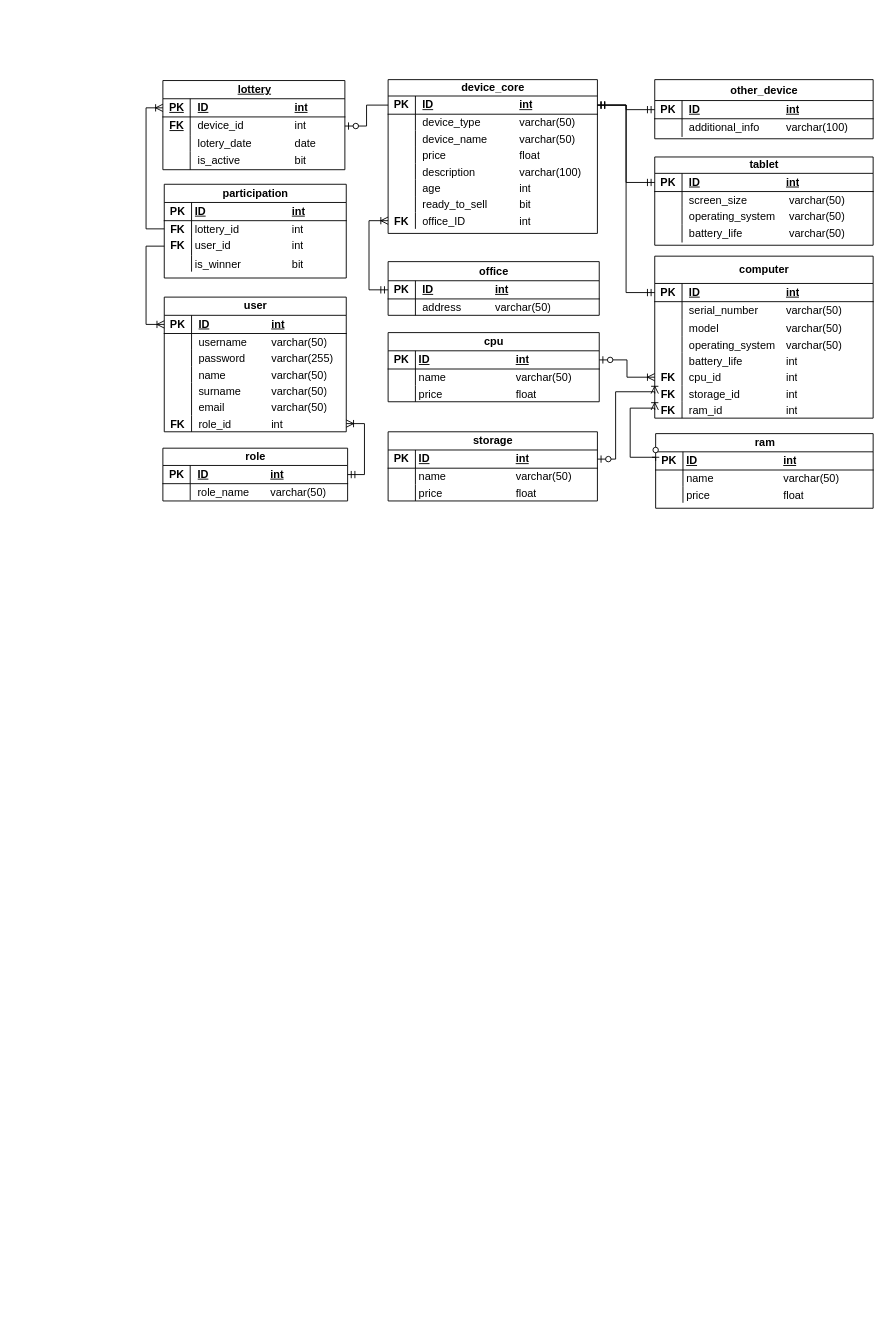
The draw.io diagram Diagrams/ER_Diagramv2.drawio in Maurycjo/Praca-dyplomowa, before the edit. Source tidied: cells renumbered, new cells numbered last; positions are measured from the earlier drawing's top-left corner, leaving out a move shared by most shapes. Both pictures are drawn from the tidied source at 91%, with x=0, y=0 at pixel (15, 79).
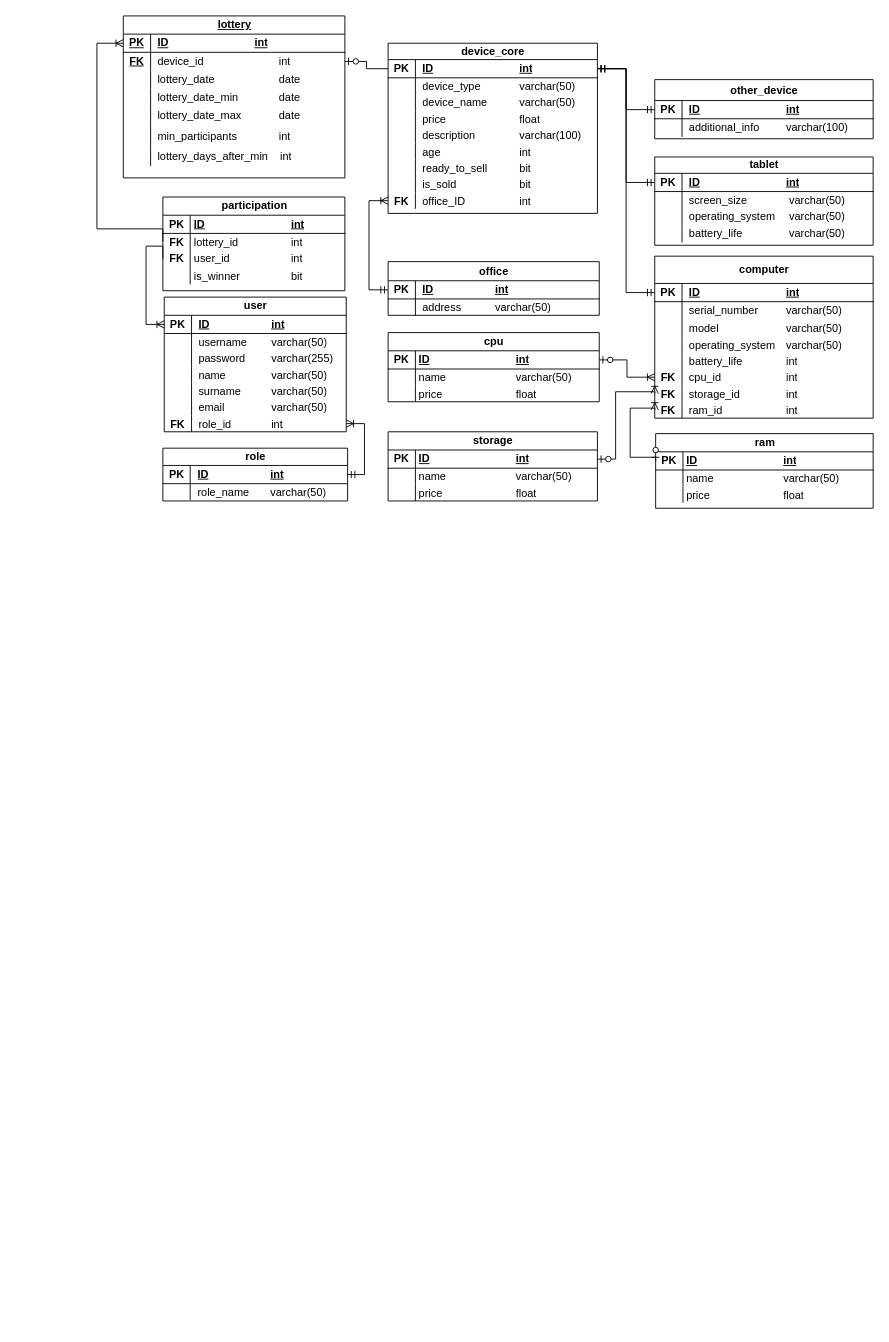
Above is the later version.

Unchanged cells that the change refers to:
```xml
<mxCell id="56" style="shape=tableRow;horizontal=0;startSize=0;swimlaneHead=0;swimlaneBody=0;fillColor=none;points=[[0,0.5],[1,0.5]];portConstraint=eastwest;top=0;left=0;right=0;bottom=1;" parent="55" vertex="1">
  <mxGeometry y="21" width="232" height="20" as="geometry" />
</mxCell>
<mxCell id="160" style="shape=tableRow;horizontal=0;startSize=0;swimlaneHead=0;swimlaneBody=0;fillColor=none;points=[[0,0.5],[1,0.5]];portConstraint=eastwest;top=0;left=0;right=0;bottom=0;" parent="156" vertex="1">
  <mxGeometry y="40" width="200" height="18" as="geometry" />
</mxCell>
```

Change to the diagram source:
```diff
@@
     <mxCell id="2" value="device_core" style="shape=table;startSize=18;childLayout=tableLayout;rowLines=0;fontStyle=1;align=center;html=1;" parent="1" vertex="1">
-      <mxGeometry x="409" width="230" height="169" as="geometry" />
+      <mxGeometry x="409" y="-40" width="230" height="187" as="geometry" />
     </mxCell>
@@
+    <mxCell id="177" style="shape=tableRow;horizontal=0;startSize=0;swimlaneHead=0;swimlaneBody=0;fillColor=none;top=0;left=0;right=0;bottom=0;" parent="2" vertex="1">
+      <mxGeometry y="146" width="230" height="18" as="geometry" />
+    </mxCell>
+    <mxCell id="178" style="shape=partialRectangle;fillColor=none;top=0;left=0;bottom=0;right=0;overflow=hidden;whiteSpace=wrap;html=1;" parent="177" vertex="1">
+      <mxGeometry width="30" height="18" as="geometry" />
+    </mxCell>
+    <mxCell id="179" value="is_sold&lt;span style=&quot;white-space: pre;&quot;&gt;&#9;&lt;/span&gt;&lt;span style=&quot;white-space: pre;&quot;&gt;&#9;&lt;span style=&quot;white-space: pre;&quot;&gt;&#9;&lt;/span&gt;&lt;/span&gt;bit" style="shape=partialRectangle;fillColor=none;top=0;left=0;bottom=0;right=0;align=left;spacingLeft=6;overflow=hidden;whiteSpace=wrap;html=1;" parent="177" vertex="1">
+      <mxGeometry x="30" width="200" height="18" as="geometry" />
+    </mxCell>
     <mxCell id="24" style="shape=tableRow;horizontal=0;startSize=0;swimlaneHead=0;swimlaneBody=0;fillColor=none;points=[[0,0.5],[1,0.5]];portConstraint=eastwest;top=0;left=0;right=0;bottom=0;" parent="2" vertex="1">
-      <mxGeometry y="146" width="230" height="18" as="geometry" />
+      <mxGeometry y="164" width="230" height="18" as="geometry" />
     </mxCell>
@@
     <mxCell id="140" value="lottery" style="shape=table;startSize=20;childLayout=tableLayout;rowLines=0;fontStyle=5;align=center;html=1;" parent="1" vertex="1">
-      <mxGeometry x="161.5" y="1" width="200" height="98" as="geometry" />
+      <mxGeometry x="118" y="-70" width="243.5" height="178" as="geometry" />
     </mxCell>
     <mxCell id="141" style="shape=tableRow;horizontal=0;startSize=0;swimlaneHead=0;swimlaneBody=0;fillColor=none;points=[[0,0.5],[1,0.5]];portConstraint=eastwest;top=0;left=0;right=0;bottom=1;fontStyle=4;" parent="140" vertex="1">
-      <mxGeometry y="20" width="200" height="20" as="geometry" />
+      <mxGeometry y="20" width="243.5" height="20" as="geometry" />
     </mxCell>
@@
     <mxCell id="143" value="ID&lt;span style=&quot;white-space: pre;&quot;&gt;&#9;&lt;/span&gt;&lt;span style=&quot;white-space: pre;&quot;&gt;&#9;&lt;/span&gt;&lt;span style=&quot;white-space: pre;&quot;&gt;&#9;&lt;/span&gt;&lt;span style=&quot;white-space: pre;&quot;&gt;&#9;&lt;/span&gt;int" style="shape=partialRectangle;fillColor=none;top=0;left=0;bottom=0;right=0;align=left;spacingLeft=6;fontStyle=5;overflow=hidden;whiteSpace=wrap;html=1;" parent="141" vertex="1">
-      <mxGeometry x="30" width="170" height="20" as="geometry" />
+      <mxGeometry x="30" width="213.5" height="20" as="geometry" />
     </mxCell>
     <mxCell id="144" style="shape=tableRow;horizontal=0;startSize=0;swimlaneHead=0;swimlaneBody=0;fillColor=none;points=[[0,0.5],[1,0.5]];portConstraint=eastwest;top=0;left=0;right=0;bottom=0;fontStyle=4;" parent="140" vertex="1">
-      <mxGeometry y="40" width="200" height="20" as="geometry" />
+      <mxGeometry y="40" width="243.5" height="20" as="geometry" />
     </mxCell>
@@
-    <mxCell id="146" value="device_id&lt;span style=&quot;white-space: pre;&quot;&gt;&#9;&lt;/span&gt;&lt;span style=&quot;white-space: pre;&quot;&gt;&#9;&lt;/span&gt;&lt;span style=&quot;white-space: pre;&quot;&gt;&#9;&lt;/span&gt;int" style="shape=partialRectangle;fillColor=none;top=0;left=0;bottom=0;right=0;align=left;spacingLeft=6;overflow=hidden;whiteSpace=wrap;html=1;fontStyle=0;" parent="144" vertex="1">
-      <mxGeometry x="30" width="170" height="20" as="geometry" />
+    <mxCell id="146" value="device_id&lt;span style=&quot;white-space: pre;&quot;&gt;&#9;&lt;/span&gt;&lt;span style=&quot;white-space: pre;&quot;&gt;&#9;&lt;/span&gt;&lt;span style=&quot;white-space: pre;&quot;&gt;&#9;&lt;span style=&quot;white-space: pre;&quot;&gt;&#9;&lt;/span&gt;&lt;/span&gt;int" style="shape=partialRectangle;fillColor=none;top=0;left=0;bottom=0;right=0;align=left;spacingLeft=6;overflow=hidden;whiteSpace=wrap;html=1;fontStyle=0;" parent="144" vertex="1">
+      <mxGeometry x="30" width="213.5" height="20" as="geometry" />
     </mxCell>
     <mxCell id="147" style="shape=tableRow;horizontal=0;startSize=0;swimlaneHead=0;swimlaneBody=0;fillColor=none;top=0;left=0;right=0;bottom=0;fontStyle=4;" parent="140" vertex="1">
-      <mxGeometry y="60" width="200" height="18" as="geometry" />
+      <mxGeometry y="60" width="243.5" height="20" as="geometry" />
     </mxCell>
     <mxCell id="148" style="shape=partialRectangle;fillColor=none;top=0;left=0;bottom=0;right=0;overflow=hidden;whiteSpace=wrap;html=1;fontStyle=4;" parent="147" vertex="1">
-      <mxGeometry width="30" height="18" as="geometry" />
+      <mxGeometry width="30" height="20" as="geometry" />
     </mxCell>
-    <mxCell id="149" value="lotery_date&lt;span style=&quot;white-space: pre;&quot;&gt;&#9;&lt;/span&gt;&lt;span style=&quot;white-space: pre;&quot;&gt;&#9;&lt;/span&gt;date" style="shape=partialRectangle;fillColor=none;top=0;left=0;bottom=0;right=0;align=left;spacingLeft=6;overflow=hidden;whiteSpace=wrap;html=1;fontStyle=0;" parent="147" vertex="1">
-      <mxGeometry x="30" width="170" height="18" as="geometry" />
+    <mxCell id="149" value="lottery_date&lt;span style=&quot;white-space: pre;&quot;&gt;&#9;&lt;/span&gt;&lt;span style=&quot;white-space: pre;&quot;&gt;&#9;&lt;span style=&quot;white-space: pre;&quot;&gt;&#9;&lt;/span&gt;&lt;/span&gt;date" style="shape=partialRectangle;fillColor=none;top=0;left=0;bottom=0;right=0;align=left;spacingLeft=6;overflow=hidden;whiteSpace=wrap;html=1;fontStyle=0;" parent="147" vertex="1">
+      <mxGeometry x="30" width="213.5" height="20" as="geometry" />
     </mxCell>
-    <mxCell id="150" style="shape=tableRow;horizontal=0;startSize=0;swimlaneHead=0;swimlaneBody=0;fillColor=none;top=0;left=0;right=0;bottom=0;fontStyle=4;" parent="140" vertex="1">
-      <mxGeometry y="78" width="200" height="20" as="geometry" />
-    </mxCell>
-    <mxCell id="151" style="shape=partialRectangle;fillColor=none;top=0;left=0;bottom=0;right=0;overflow=hidden;whiteSpace=wrap;html=1;fontStyle=4;" parent="150" vertex="1">
-      <mxGeometry width="30" height="20" as="geometry" />
-    </mxCell>
-    <mxCell id="152" value="is_active&lt;span style=&quot;white-space: pre;&quot;&gt;&#9;&lt;/span&gt;&lt;span style=&quot;white-space: pre;&quot;&gt;&#9;&lt;/span&gt;&lt;span style=&quot;white-space: pre;&quot;&gt;&#9;&lt;/span&gt;bit" style="shape=partialRectangle;fillColor=none;top=0;left=0;bottom=0;right=0;align=left;spacingLeft=6;overflow=hidden;whiteSpace=wrap;html=1;fontStyle=0;" parent="150" vertex="1">
-      <mxGeometry x="30" width="170" height="20" as="geometry" />
-    </mxCell>
+    <mxCell id="180" style="shape=tableRow;horizontal=0;startSize=0;swimlaneHead=0;swimlaneBody=0;fillColor=none;top=0;left=0;right=0;bottom=0;fontStyle=4;" parent="140" vertex="1">
+      <mxGeometry y="80" width="243.5" height="20" as="geometry" />
+    </mxCell>
+    <mxCell id="181" style="shape=partialRectangle;fillColor=none;top=0;left=0;bottom=0;right=0;overflow=hidden;whiteSpace=wrap;html=1;fontStyle=4;" parent="180" vertex="1">
+      <mxGeometry width="30" height="20" as="geometry" />
+    </mxCell>
+    <mxCell id="182" value="lottery_date_min&lt;span style=&quot;white-space: pre;&quot;&gt;&#9;&lt;/span&gt;&lt;span style=&quot;white-space: pre;&quot;&gt;&#9;&lt;/span&gt;date" style="shape=partialRectangle;fillColor=none;top=0;left=0;bottom=0;right=0;align=left;spacingLeft=6;overflow=hidden;whiteSpace=wrap;html=1;fontStyle=0;" parent="180" vertex="1">
+      <mxGeometry x="30" width="213.5" height="20" as="geometry" />
+    </mxCell>
+    <mxCell id="183" style="shape=tableRow;horizontal=0;startSize=0;swimlaneHead=0;swimlaneBody=0;fillColor=none;top=0;left=0;right=0;bottom=0;fontStyle=4;" parent="140" vertex="1">
+      <mxGeometry y="100" width="243.5" height="20" as="geometry" />
+    </mxCell>
+    <mxCell id="184" style="shape=partialRectangle;fillColor=none;top=0;left=0;bottom=0;right=0;overflow=hidden;whiteSpace=wrap;html=1;fontStyle=4;" parent="183" vertex="1">
+      <mxGeometry width="30" height="20" as="geometry" />
+    </mxCell>
+    <mxCell id="185" value="lottery_date_max&lt;span style=&quot;white-space: pre;&quot;&gt;&#9;&lt;/span&gt;&lt;span style=&quot;white-space: pre;&quot;&gt;&#9;&lt;/span&gt;date" style="shape=partialRectangle;fillColor=none;top=0;left=0;bottom=0;right=0;align=left;spacingLeft=6;overflow=hidden;whiteSpace=wrap;html=1;fontStyle=0;" parent="183" vertex="1">
+      <mxGeometry x="30" width="213.5" height="20" as="geometry" />
+    </mxCell>
+    <mxCell id="186" style="shape=tableRow;horizontal=0;startSize=0;swimlaneHead=0;swimlaneBody=0;fillColor=none;top=0;left=0;right=0;bottom=0;fontStyle=4;" parent="140" vertex="1">
+      <mxGeometry y="120" width="243.5" height="25" as="geometry" />
+    </mxCell>
+    <mxCell id="187" style="shape=partialRectangle;fillColor=none;top=0;left=0;bottom=0;right=0;overflow=hidden;whiteSpace=wrap;html=1;fontStyle=4;" parent="186" vertex="1">
+      <mxGeometry width="30" height="25" as="geometry" />
+    </mxCell>
+    <mxCell id="188" value="min_participants&amp;nbsp; &amp;nbsp; &amp;nbsp;&lt;span style=&quot;white-space: pre;&quot;&gt;&#9;&lt;/span&gt;&amp;nbsp;&lt;span style=&quot;white-space: pre;&quot;&gt;&#9;&lt;/span&gt;int" style="shape=partialRectangle;fillColor=none;top=0;left=0;bottom=0;right=0;align=left;spacingLeft=6;overflow=hidden;whiteSpace=wrap;html=1;fontStyle=0;" parent="186" vertex="1">
+      <mxGeometry x="30" width="213.5" height="25" as="geometry" />
+    </mxCell>
+    <mxCell id="189" style="shape=tableRow;horizontal=0;startSize=0;swimlaneHead=0;swimlaneBody=0;fillColor=none;top=0;left=0;right=0;bottom=0;fontStyle=4;" parent="140" vertex="1">
+      <mxGeometry y="145" width="243.5" height="20" as="geometry" />
+    </mxCell>
+    <mxCell id="190" style="shape=partialRectangle;fillColor=none;top=0;left=0;bottom=0;right=0;overflow=hidden;whiteSpace=wrap;html=1;fontStyle=4;" parent="189" vertex="1">
+      <mxGeometry width="30" height="20" as="geometry" />
+    </mxCell>
+    <mxCell id="191" value="lottery_days_after_min&amp;nbsp; &amp;nbsp; int" style="shape=partialRectangle;fillColor=none;top=0;left=0;bottom=0;right=0;align=left;spacingLeft=6;overflow=hidden;whiteSpace=wrap;html=1;fontStyle=0;" parent="189" vertex="1">
+      <mxGeometry x="30" width="213.5" height="20" as="geometry" />
+    </mxCell>
@@
     <mxCell id="156" value="participation" style="shape=table;startSize=20;childLayout=tableLayout;rowLines=0;fontStyle=1;align=center;html=1;" parent="1" vertex="1">
-      <mxGeometry x="163" y="115" width="200" height="103" as="geometry" />
+      <mxGeometry x="161.5" y="129" width="200" height="103" as="geometry" />
     </mxCell>
@@
     <mxCell id="170" style="fontSize=12;html=1;endArrow=ERoneToMany;rounded=0;exitX=0;exitY=0.5;exitDx=0;exitDy=0;entryX=0;entryY=0.5;entryDx=0;entryDy=0;edgeStyle=orthogonalEdgeStyle;" parent="1" edge="1" source="160" target="141">
       <mxGeometry relative="1" as="geometry">
         <Array as="points">
-          <mxPoint x="143" y="164" />
-          <mxPoint x="143" y="31" />
+          <mxPoint x="161" y="164" />
+          <mxPoint x="89" y="164" />
+          <mxPoint x="89" y="-40" />
         </Array>
       </mxGeometry>
     </mxCell>
     <mxCell id="171" style="fontSize=12;html=1;endArrow=ERoneToMany;startArrow=ERmandOne;rounded=0;exitX=0;exitY=0.5;exitDx=0;exitDy=0;entryX=0;entryY=0.5;entryDx=0;entryDy=0;endFill=0;edgeStyle=orthogonalEdgeStyle;" parent="1" edge="1" source="56" target="24">
       <mxGeometry relative="1" as="geometry">
         <Array as="points">
           <mxPoint x="388" y="231" />
-          <mxPoint x="388" y="155" />
+          <mxPoint x="388" y="133" />
         </Array>
       </mxGeometry>
     </mxCell>
```
